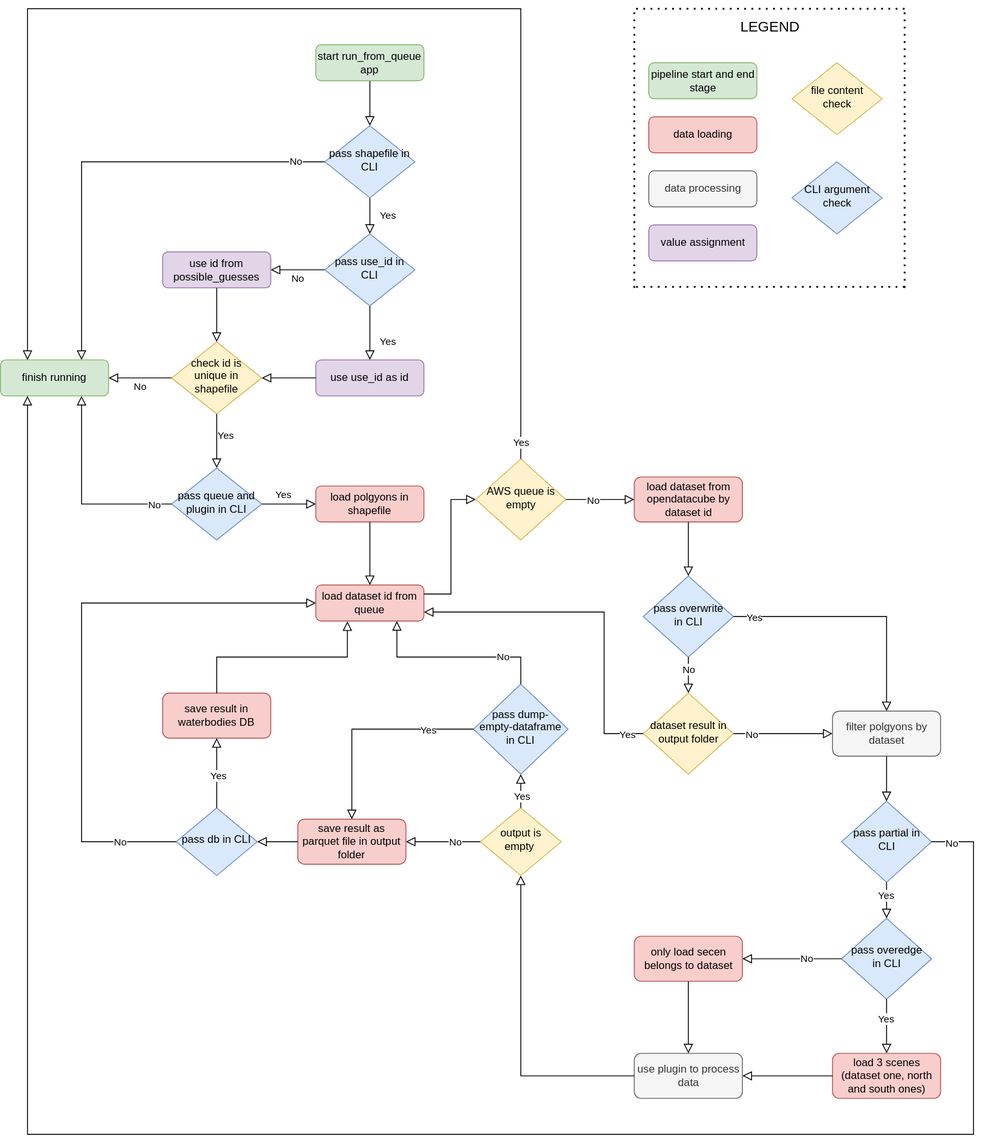
The draw.io diagram doc/dea-conflux-control-flow.svg in GeoscienceAustralia/dea-conflux, before a commit. Source tidied: cells renumbered, new cells last; positions are measured from the earlier drawing's top-left corner, leaving out a move shared by most shapes.
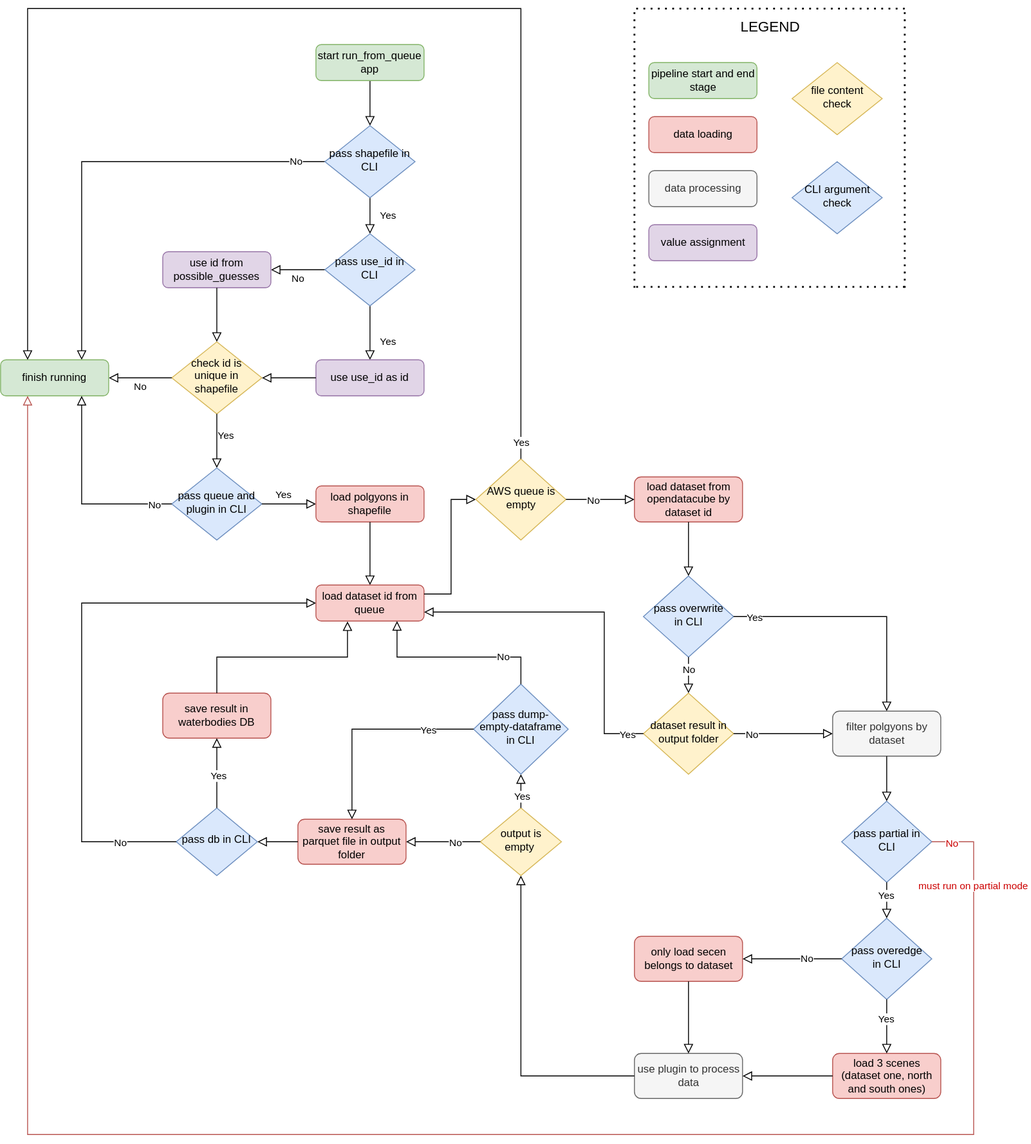
After the commit.

Commit message:
Add clarification about partial option in CLI (#37)

Change to the diagram source:
```diff
@@ -134,7 +134,7 @@
     <mxCell id="37" value="pass&amp;nbsp;overedge in CLI" style="rhombus;whiteSpace=wrap;html=1;shadow=0;fontFamily=Helvetica;fontSize=12;align=center;strokeWidth=1;spacing=6;spacingTop=-4;fillColor=#dae8fc;strokeColor=#6c8ebf;" parent="1" vertex="1">
       <mxGeometry x="933.5" y="1010" width="100" height="90" as="geometry" />
     </mxCell>
-    <mxCell id="38" style="edgeStyle=orthogonalEdgeStyle;rounded=0;html=1;jettySize=auto;fontSize=11;endArrow=block;endFill=0;endSize=8;strokeWidth=1;shadow=0;labelBackgroundColor=none;exitX=1;exitY=0.5;exitDx=0;exitDy=0;entryX=0.25;entryY=1;entryDx=0;entryDy=0;" parent="1" edge="1" source="36" target="17">
+    <mxCell id="38" style="edgeStyle=orthogonalEdgeStyle;rounded=0;html=1;jettySize=auto;fontSize=11;endArrow=block;endFill=0;endSize=8;strokeWidth=1;shadow=0;labelBackgroundColor=none;exitX=1;exitY=0.5;exitDx=0;exitDy=0;entryX=0.25;entryY=1;entryDx=0;entryDy=0;fillColor=#f8cecc;strokeColor=#b85450;" parent="1" edge="1" source="36" target="17">
       <mxGeometry y="10" relative="1" as="geometry">
         <Array as="points">
           <mxPoint x="1080" y="925" />
@@ -143,9 +143,14 @@
         </Array>
       </mxGeometry>
     </mxCell>
-    <mxCell id="39" value="No" style="edgeLabel;html=1;align=center;verticalAlign=middle;" parent="38" vertex="1">
+    <mxCell id="39" value="No" style="edgeLabel;html=1;align=center;verticalAlign=middle;fontColor=#CC0000;" parent="38" vertex="1">
       <mxGeometry x="-0.98" y="-1" relative="1" as="geometry" />
     </mxCell>
+    <mxCell id="92" value="must run on partial mode&amp;nbsp;" style="edgeLabel;html=1;align=center;verticalAlign=middle;fontColor=#CC0000;" parent="38" vertex="1">
+      <mxGeometry x="-0.92" relative="1" as="geometry">
+        <mxPoint y="1" as="offset" />
+      </mxGeometry>
+    </mxCell>
     <mxCell id="40" style="edgeStyle=orthogonalEdgeStyle;rounded=0;html=1;jettySize=auto;fontSize=11;endArrow=block;endFill=0;endSize=8;strokeWidth=1;shadow=0;labelBackgroundColor=none;exitX=0.5;exitY=1;exitDx=0;exitDy=0;entryX=0.5;entryY=0;entryDx=0;entryDy=0;" parent="1" edge="1" source="28" target="36">
       <mxGeometry y="10" relative="1" as="geometry" />
     </mxCell>
```
